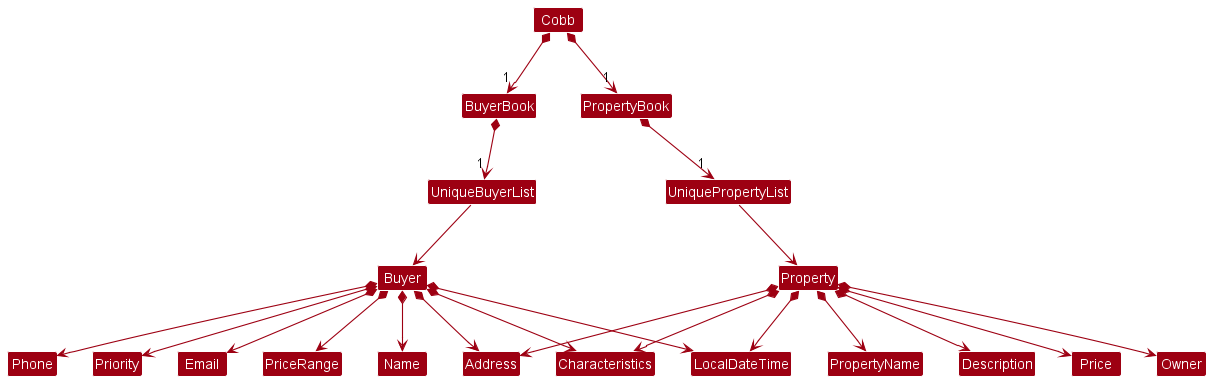
Above: docs/images/BetterModelClassDiagram.png in nus-cs2103-AY2223S1/tp (PlantUML), before the change.
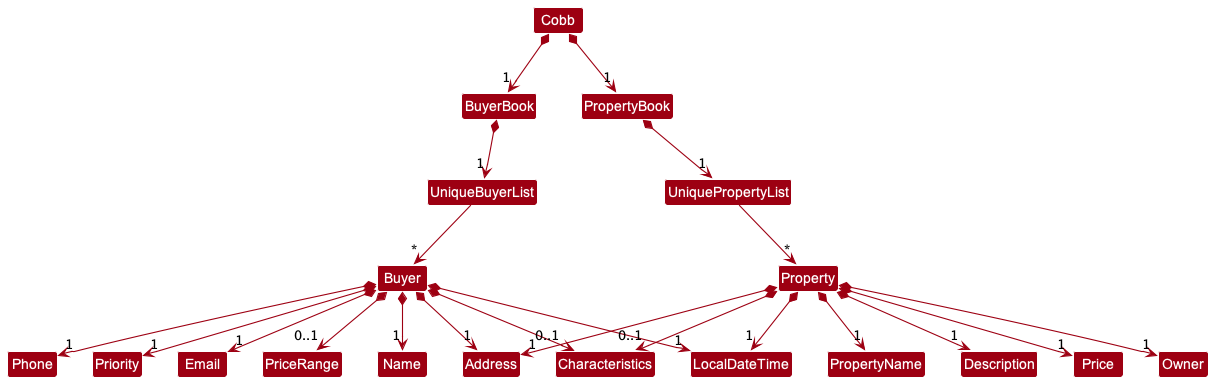
After the change.

What changed in the source:
```diff
@@ -9,24 +9,22 @@
 BuyerBook *-down-> "1" UniqueBuyerList
 PropertyBook *-down-> "1" UniquePropertyList
 
+UniqueBuyerList -down-> "*" Buyer
+UniquePropertyList -down-> "*" Property
 
-
-UniqueBuyerList -down-> Buyer
-UniquePropertyList -down-> Property
-
-Buyer *--> Name
-Buyer *--> Phone
-Buyer *--> Priority
-Buyer *--> Email
-Buyer *--> PriceRange
-Buyer *--> Address
-Buyer *--> Characteristics
-Buyer *--> LocalDateTime
-Property *--> Address
-Property *--> Characteristics
-Property *--> LocalDateTime
-Property *--> PropertyName
-Property *--> Description
-Property *--> Price
-Property *--> Owner
+Buyer *--> "1" Name
+Buyer *--> "1" Phone
+Buyer *--> "1" Priority
+Buyer *--> "1" Email
+Buyer *--> "0..1" PriceRange
+Buyer *--> "1" Address
+Buyer *--> "0..1" Characteristics
+Buyer *--> "1" LocalDateTime
+Property *--> "1" Address
+Property *--> "0..1" Characteristics
+Property *--> "1" LocalDateTime
+Property *--> "1" PropertyName
+Property *--> "1" Description
+Property *--> "1" Price
+Property *--> "1" Owner
 @enduml
```
